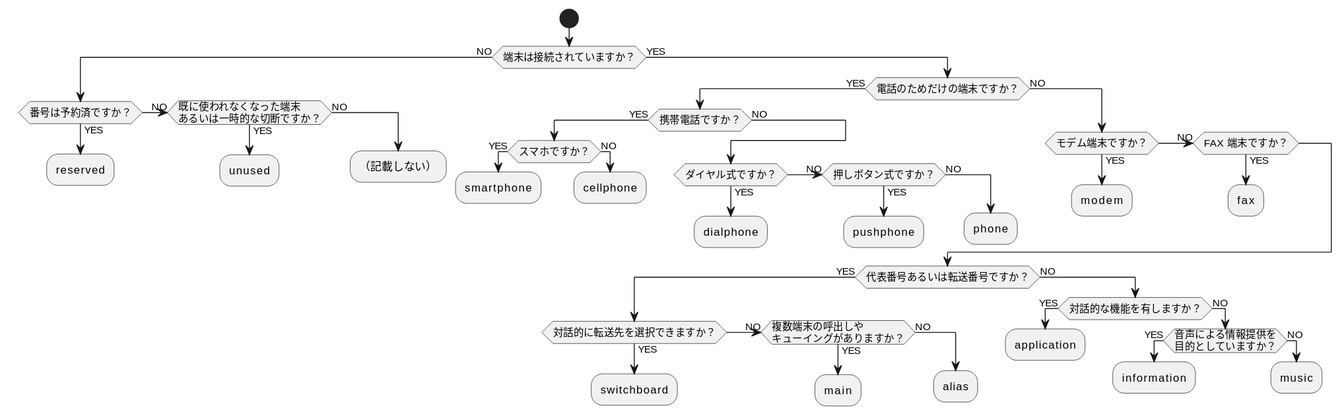
Before: types.svg, a diagram exported from PlantUML (tkytel/mantela).
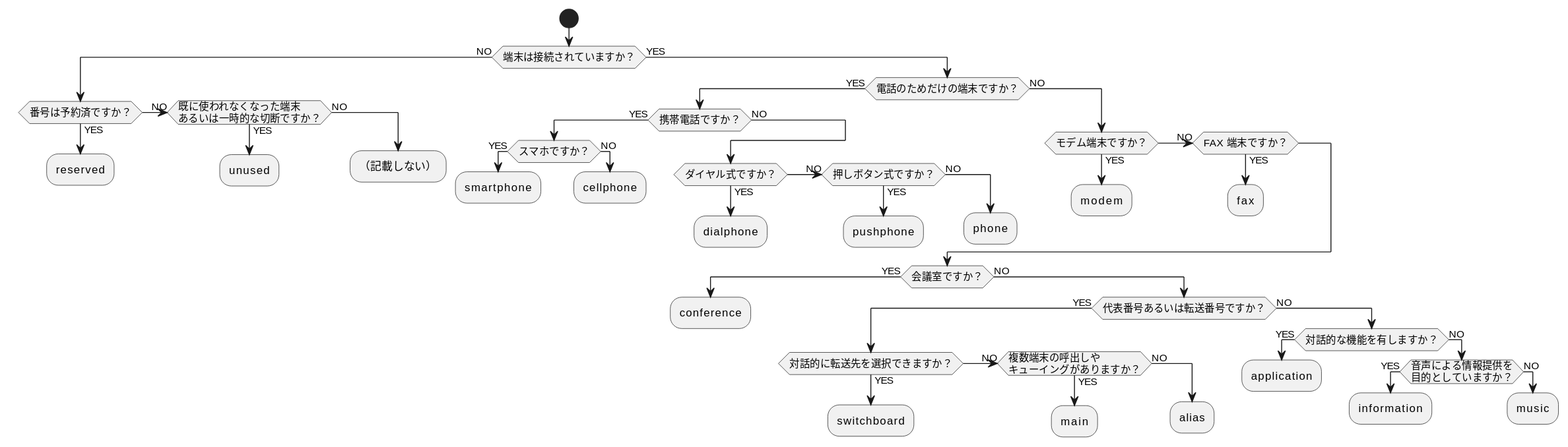
The same file after the commit.

The edit, as a diff of the source:
```diff
@@ -42,6 +42,10 @@
       kill;
     endif
   endif
+  if (会議室ですか？) then (YES)
+    :conference;
+    kill;
+  else (NO)
   if (代表番号あるいは転送番号ですか？) then (YES)
     if (対話的に転送先を選択できますか？) then (YES)
       :switchboard;
```
